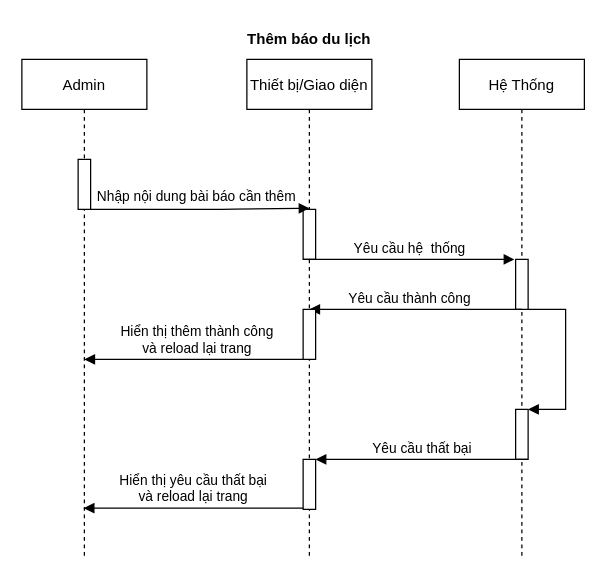
Before: Drawio/Add_News_Tour.drawio in LuanMinhNguyen/nhom2thuctapchuyennganh, a draw.io diagram. Source tidied: cells renumbered, new cells numbered last; positions are measured from the earlier drawing's top-left corner, leaving out a move shared by most shapes. Both pictures are drawn from the tidied source at 125%, with x=0, y=0 at pixel (21, 21).
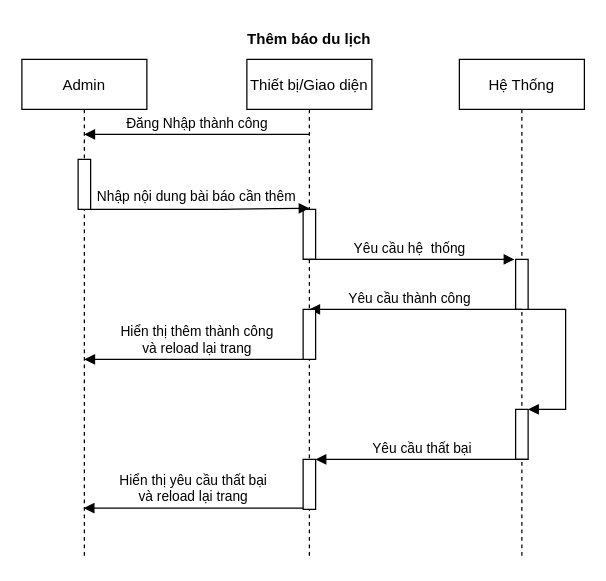
The same diagram, later.

Change to the diagram source:
```diff
@@
+    <mxCell id="19" value="Đăng Nhập thành công" style="html=1;verticalAlign=bottom;endArrow=block;exitX=0.5;exitY=1;exitDx=0;exitDy=0;exitPerimeter=0;" parent="1" edge="1">
+      <mxGeometry relative="1" as="geometry">
+        <mxPoint x="230" y="90" as="sourcePoint" />
+        <mxPoint x="50" y="90" as="targetPoint" />
+      </mxGeometry>
+    </mxCell>
```
